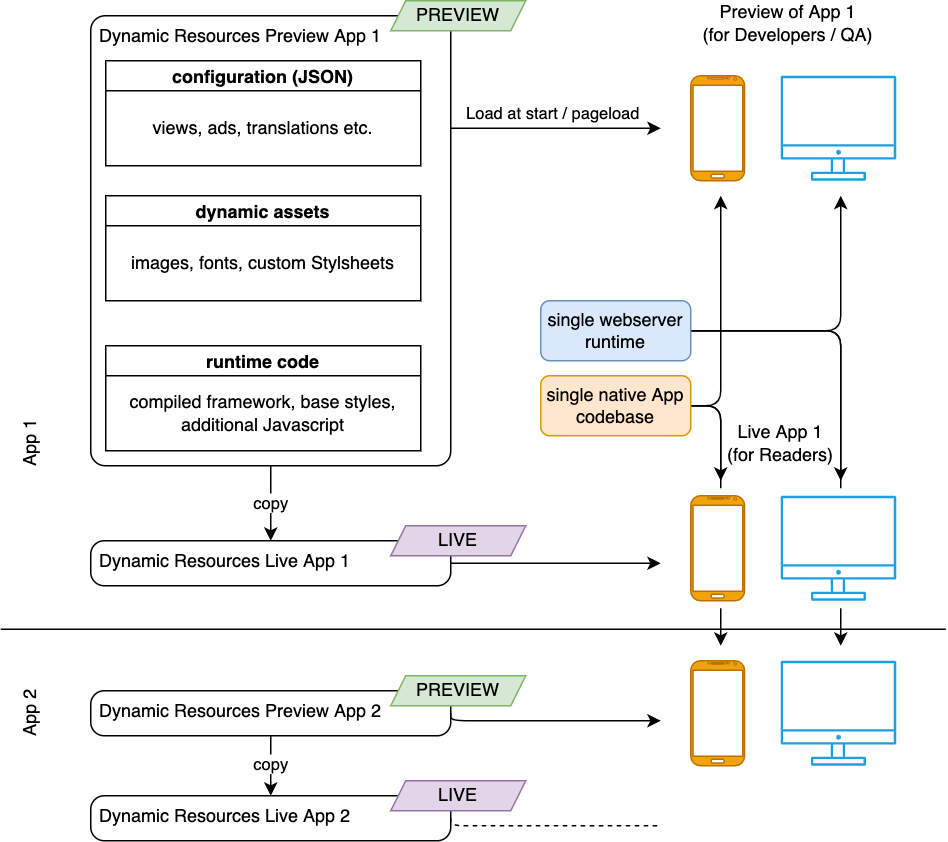
The draw.io diagram ba-text/pics/experience_resources.drawio.png in lokmeinmatz/ba-docs, before a commit. Source tidied: cells renumbered, new cells last; positions are measured from the earlier drawing's top-left corner, leaving out a move shared by most shapes.
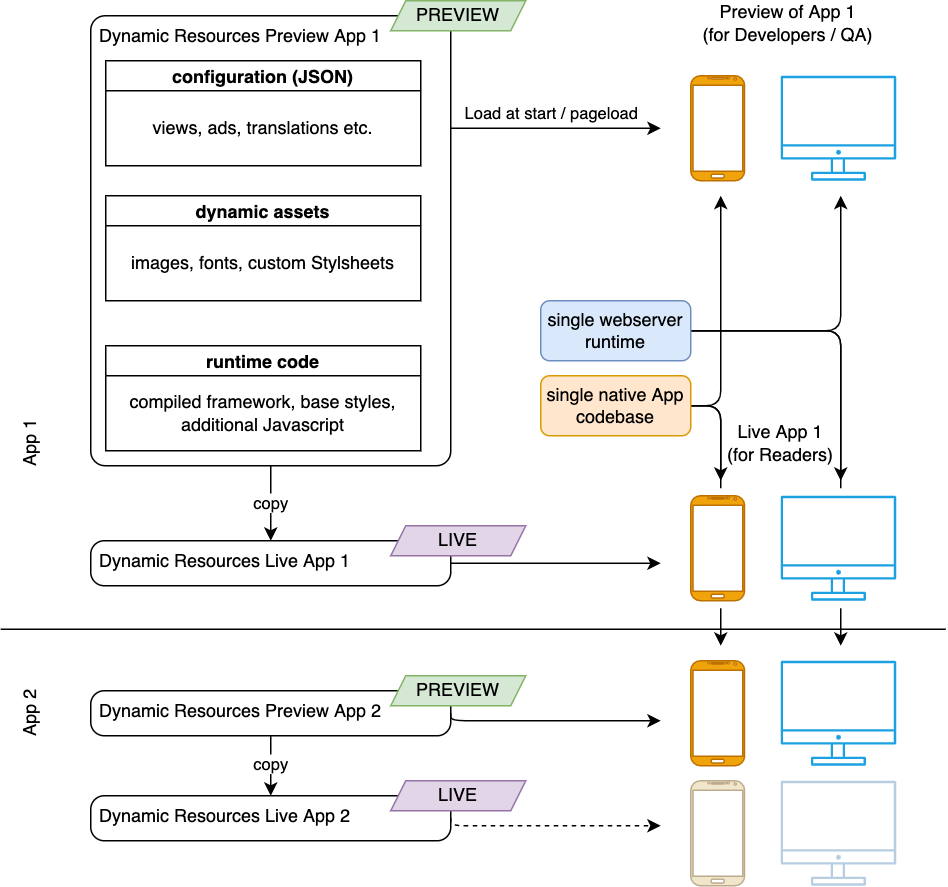
The same diagram one commit later.

The edit, as a diff of the source:
```diff
@@ -166,7 +166,7 @@
         </Array>
       </mxGeometry>
     </mxCell>
-    <mxCell id="47" style="edgeStyle=orthogonalEdgeStyle;html=1;exitX=1;exitY=0.5;exitDx=0;exitDy=0;dashed=1;endArrow=none;endFill=0;" parent="1" edge="1" source="22">
+    <mxCell id="47" style="edgeStyle=orthogonalEdgeStyle;html=1;exitX=1;exitY=0.5;exitDx=0;exitDy=0;dashed=1;endArrow=classic;endFill=1;" parent="1" edge="1" source="22">
       <mxGeometry relative="1" as="geometry">
         <mxPoint x="450" y="550" as="targetPoint" />
         <Array as="points">
@@ -175,5 +175,11 @@
         </Array>
       </mxGeometry>
     </mxCell>
+    <mxCell id="48" style="verticalLabelPosition=bottom;verticalAlign=top;html=1;shadow=0;strokeWidth=1;shape=mxgraph.android.phone2;strokeColor=#BDAB8C;fillColor=#F0E6CC;fontColor=#000000;" parent="1" vertex="1">
+      <mxGeometry x="470" y="520" width="35.9" height="70" as="geometry" />
+    </mxCell>
+    <mxCell id="49" style="sketch=0;fontColor=#ffffff;strokeColor=#006EAF;fillColor=#B7CEE2;dashed=1;verticalLabelPosition=bottom;verticalAlign=top;align=center;html=1;fontSize=12;fontStyle=0;shape=mxgraph.aws4.illustration_desktop;dashPattern=12 12;" parent="1" vertex="1">
+      <mxGeometry x="530" y="520" width="76.9" height="70" as="geometry" />
+    </mxCell>
   </root>
 </mxGraphModel>
```
